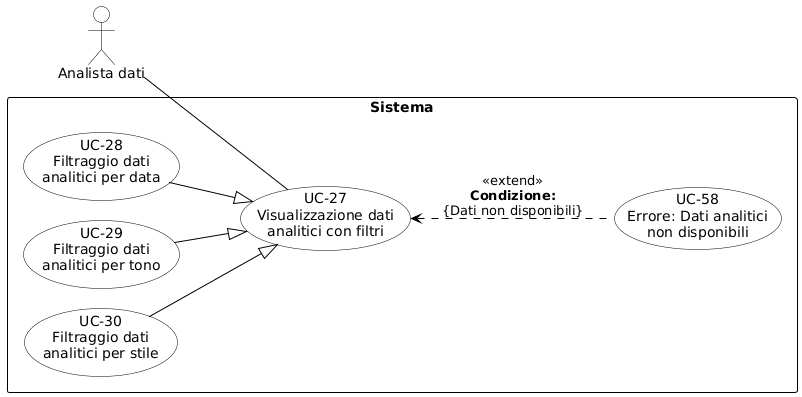
The PlantUML diagram RTB/Analisi dei Requisiti/diagrammi_use_case/UC-27.png in aLittleByte-19/Documentazione, before a commit.
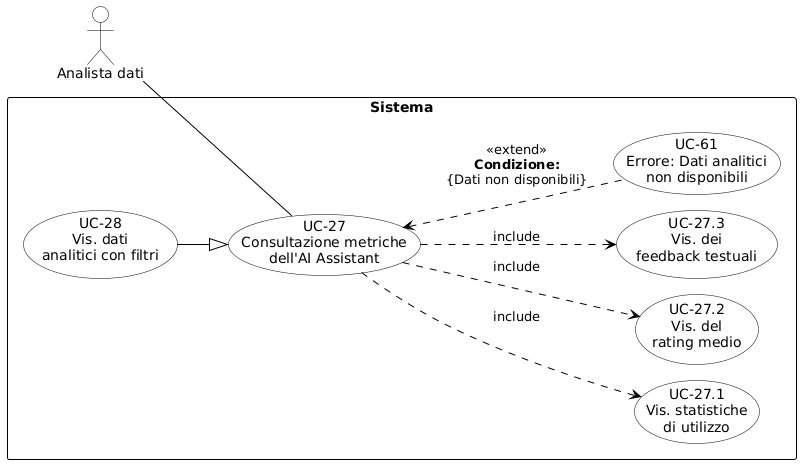
After the commit.

Diff of the diagram source:
```diff
@@ -2,8 +2,8 @@
 skinparam shadowing false
 skinparam defaultFontName Arial
 left to right direction
-skinparam nodesep 20
-skinparam ranksep 60
+skinparam nodesep 15
+skinparam ranksep 50
 
 skinparam usecase {
     BackgroundColor white
@@ -19,23 +19,25 @@
     FontStyle bold
 }
 
-actor "Analista dati" as AD
+actor "Analista dati" as analista
 
 rectangle "Sistema" {
-    usecase "UC-27\nVisualizzazione dati\nanalitici con filtri" as UC27
+    usecase "UC-27\nConsultazione metriche\ndell'AI Assistant" as UC27
+    usecase "UC-27.1\nVis. statistiche\ndi utilizzo" as UC27_1
+    usecase "UC-27.2\nVis. del\nrating medio" as UC27_2
+    usecase "UC-27.3\nVis. dei\nfeedback testuali" as UC27_3
 
-    usecase "UC-28\nFiltraggio dati\nanalitici per data" as UC28
-    usecase "UC-29\nFiltraggio dati\nanalitici per tono" as UC29
-    usecase "UC-30\nFiltraggio dati\nanalitici per stile" as UC30
+    usecase "UC-28\nVis. dati\nanalitici con filtri" as UC28
+    usecase "UC-61\nErrore: Dati analitici\nnon disponibili" as UC61
 
-    usecase "UC-58\nErrore: Dati analitici\nnon disponibili" as UC58
+    UC27 .down.> UC27_1 : «include»
+    UC27 .down.> UC27_2 : «include»
+    UC27 .down.> UC27_3 : «include»
 
-    UC28 --|> UC27
-    UC29 --|> UC27
-    UC30 --|> UC27
+    UC27 <|-up- UC28
 
-    UC27 <.. UC58 : <<extend>>\n**Condizione:**\n{Dati non disponibili}
+    UC61 .up.> UC27 : «extend»\n<b>Condizione:</b>\n{Dati non disponibili}
 }
 
-AD -down- UC27
+analista -- UC27
 @enduml
```
